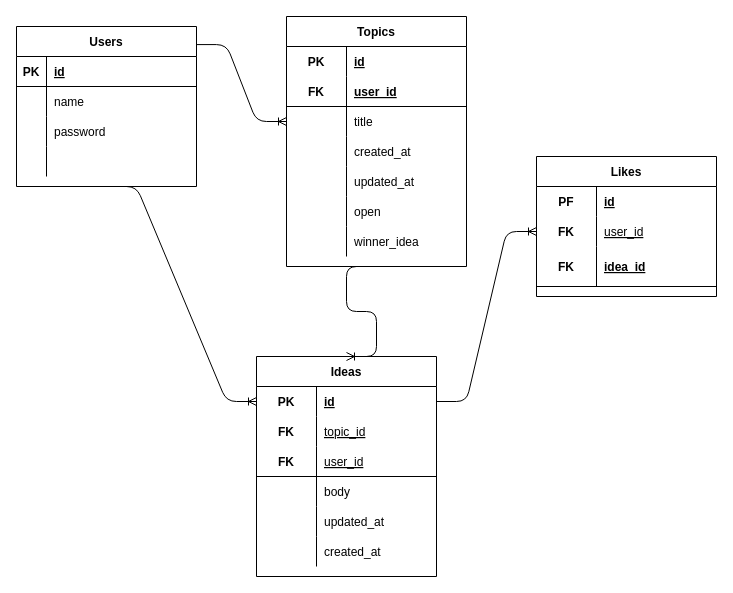
This is ERD.drawio from LorenaCueva/phase-3-sinatra-react-project, a draw.io file, before an edit. Source tidied: cells renumbered, new cells numbered last; positions are measured from the earlier drawing's top-left corner, leaving out a move shared by most shapes. Both pictures are drawn from the tidied source at 100%, with x=0, y=0 at pixel (16, 16).
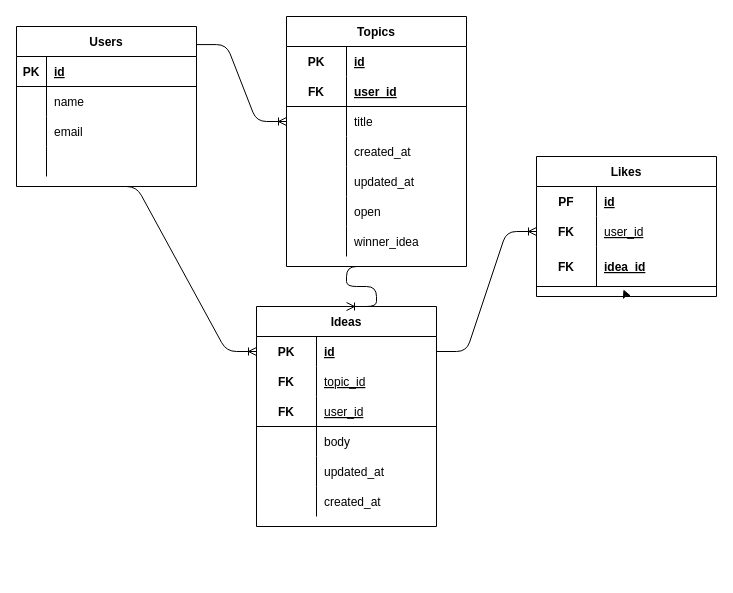
Above is the later version.

Unchanged cells that the change refers to:
```xml
<mxCell id="10" style="shape=partialRectangle;fillColor=none;top=0;left=0;bottom=0;right=0;" parent="3" vertex="1">
  <mxGeometry y="90" width="180" height="30" as="geometry" />
</mxCell>
<mxCell id="59" value="Likes" style="shape=table;startSize=30;childLayout=tableLayout;rowLines=0;fontStyle=1;align=center;" parent="1" vertex="1">
  <mxGeometry x="520" y="140" width="180" height="140" as="geometry" />
</mxCell>
<mxCell id="66" style="shape=partialRectangle;fillColor=none;top=0;left=0;bottom=1;right=0;points=[[0,0.5],[1,0.5]];portConstraint=eastwest;" parent="59" vertex="1">
  <mxGeometry y="90" width="180" height="40" as="geometry" />
</mxCell>
```

What changed in the source:
```diff
@@
-    <mxCell id="12" value="password" style="shape=partialRectangle;fillColor=none;top=0;left=0;bottom=0;right=0;align=left;spacingLeft=6;overflow=hidden;" parent="10" vertex="1">
+    <mxCell id="12" value="email" style="shape=partialRectangle;fillColor=none;top=0;left=0;bottom=0;right=0;align=left;spacingLeft=6;overflow=hidden;" parent="10" vertex="1">
       <mxGeometry x="30" width="150" height="30" as="geometry" />
     </mxCell>
@@
     <mxCell id="38" value="Ideas" style="shape=table;startSize=30;childLayout=tableLayout;rowLines=0;fontStyle=1;align=center;" parent="1" vertex="1">
-      <mxGeometry x="240" y="340" width="180" height="220" as="geometry" />
+      <mxGeometry x="240" y="290" width="180" height="220" as="geometry" />
     </mxCell>
@@
+    <mxCell id="70" style="edgeStyle=none;html=1;exitX=0.5;exitY=1;exitDx=0;exitDy=0;entryX=0.483;entryY=1.075;entryDx=0;entryDy=0;entryPerimeter=0;" parent="59" edge="1" source="59" target="66">
+      <mxGeometry relative="1" as="geometry" />
+    </mxCell>
```
